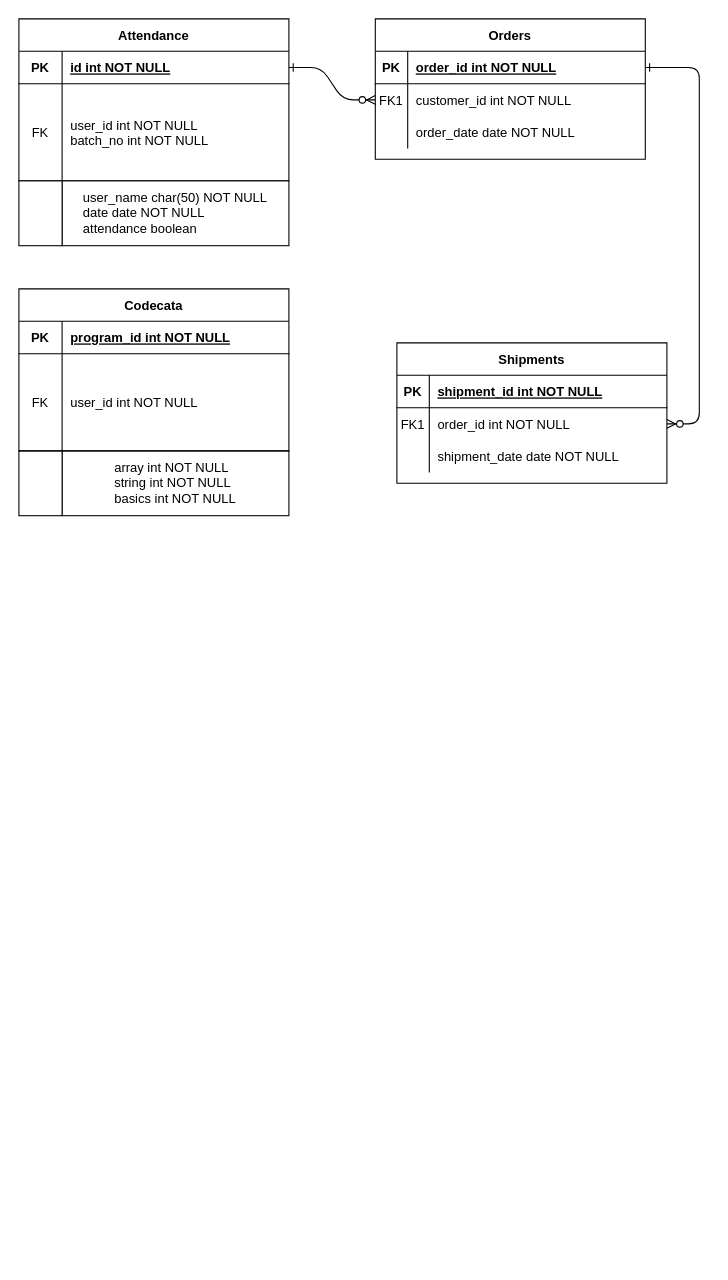
meghadhabali/sql keeps this draw.io diagram as Untitled Diagram.drawio. Above is the earlier version. Source tidied: cells renumbered, new cells numbered last; positions are measured from the earlier drawing's top-left corner, leaving out a move shared by most shapes. Both pictures are drawn from the tidied source at 108%, with x=0, y=0 at pixel (18, 18).
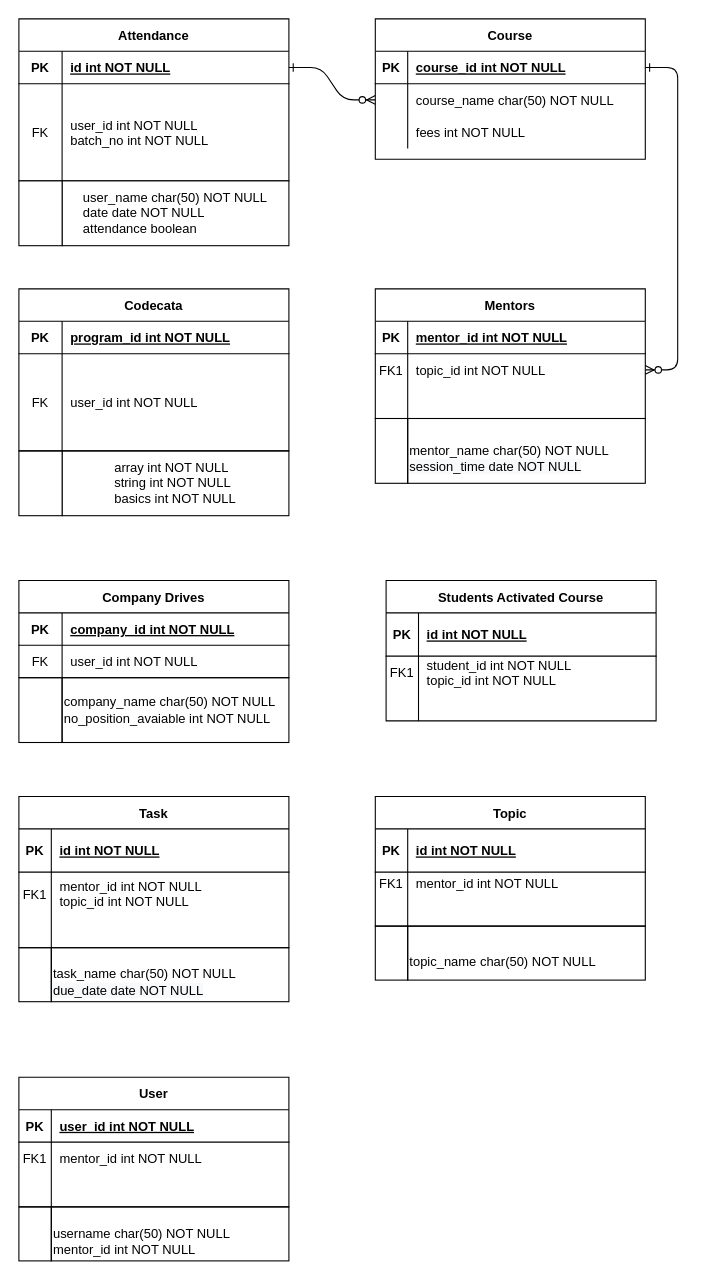
The same page after the edit.

The change refers to these unchanged cells:
```xml
<mxCell id="5" style="shape=partialRectangle;fillColor=none;points=[[0,0.5],[1,0.5]];portConstraint=eastwest;top=0;left=0;right=0;bottom=1;" parent="4" vertex="1">
  <mxGeometry y="30" width="250" height="30" as="geometry" />
</mxCell>
<mxCell id="8" style="shape=partialRectangle;fillColor=none;points=[[0,0.5],[1,0.5]];portConstraint=eastwest;top=0;left=0;right=0;bottom=0;" parent="4" vertex="1">
  <mxGeometry y="60" width="250" height="30" as="geometry" />
</mxCell>
<mxCell id="11" style="shape=partialRectangle;fillColor=none;top=0;left=0;right=0;bottom=0;" parent="4" vertex="1">
  <mxGeometry y="90" width="250" height="30" as="geometry" />
</mxCell>
<mxCell id="15" style="shape=partialRectangle;fillColor=none;top=0;left=0;right=0;bottom=1;" parent="14" vertex="1">
  <mxGeometry y="30" width="250" height="30" as="geometry" />
</mxCell>
<mxCell id="18" style="shape=partialRectangle;fillColor=none;points=[[0,0.5],[1,0.5]];portConstraint=eastwest;top=0;left=0;right=0;bottom=0;" parent="14" vertex="1">
  <mxGeometry y="60" width="250" height="30" as="geometry" />
</mxCell>
<mxCell id="21" style="shape=partialRectangle;fillColor=none;top=0;left=0;right=0;bottom=0;" parent="14" vertex="1">
  <mxGeometry y="90" width="250" height="30" as="geometry" />
</mxCell>
```

The edit, as a diff of the source:
```diff
@@
-    <mxCell id="4" value="Orders" style="shape=table;startSize=30;childLayout=tableLayout;rowLines=0;fontStyle=1;align=center;" parent="1" vertex="1">
+    <mxCell id="4" value="Course" style="shape=table;startSize=30;childLayout=tableLayout;rowLines=0;fontStyle=1;align=center;" parent="1" vertex="1">
       <mxGeometry x="330" width="250" height="130" as="geometry" />
     </mxCell>
@@
-    <mxCell id="7" value="order_id int NOT NULL " style="shape=partialRectangle;overflow=hidden;fillColor=none;top=0;left=0;bottom=0;right=0;align=left;spacingLeft=6;fontStyle=5;" parent="5" vertex="1">
+    <mxCell id="7" value="course_id int NOT NULL " style="shape=partialRectangle;overflow=hidden;fillColor=none;top=0;left=0;bottom=0;right=0;align=left;spacingLeft=6;fontStyle=5;" parent="5" vertex="1">
       <mxGeometry x="30" width="220" height="30" as="geometry" />
     </mxCell>
@@
-    <mxCell id="9" value="FK1" style="shape=partialRectangle;overflow=hidden;fillColor=none;top=0;left=0;bottom=0;right=0;" parent="8" vertex="1">
+    <mxCell id="9" style="shape=partialRectangle;overflow=hidden;fillColor=none;top=0;left=0;bottom=0;right=0;" parent="8" vertex="1">
       <mxGeometry width="30" height="30" as="geometry" />
     </mxCell>
-    <mxCell id="10" value="customer_id int NOT NULL" style="shape=partialRectangle;overflow=hidden;fillColor=none;top=0;left=0;bottom=0;right=0;align=left;spacingLeft=6;" parent="8" vertex="1">
+    <mxCell id="10" value="course_name char(50) NOT NULL" style="shape=partialRectangle;overflow=hidden;fillColor=none;top=0;left=0;bottom=0;right=0;align=left;spacingLeft=6;" parent="8" vertex="1">
       <mxGeometry x="30" width="220" height="30" as="geometry" />
     </mxCell>
@@
-    <mxCell id="13" value="order_date date NOT NULL" style="shape=partialRectangle;overflow=hidden;fillColor=none;top=0;left=0;bottom=0;right=0;align=left;spacingLeft=6;" parent="11" vertex="1">
+    <mxCell id="13" value="fees int NOT NULL" style="shape=partialRectangle;overflow=hidden;fillColor=none;top=0;left=0;bottom=0;right=0;align=left;spacingLeft=6;" parent="11" vertex="1">
       <mxGeometry x="30" width="220" height="30" as="geometry" />
     </mxCell>
-    <mxCell id="14" value="Shipments" style="shape=table;startSize=30;childLayout=tableLayout;rowLines=0;fontStyle=1;align=center;" parent="1" vertex="1">
-      <mxGeometry x="350" y="300" width="250" height="130" as="geometry" />
+    <mxCell id="14" value="Mentors" style="shape=table;startSize=30;childLayout=tableLayout;rowLines=0;fontStyle=1;align=center;" parent="1" vertex="1">
+      <mxGeometry x="330" y="250" width="250" height="120" as="geometry" />
     </mxCell>
@@
-    <mxCell id="17" value="shipment_id int NOT NULL " style="shape=partialRectangle;overflow=hidden;fillColor=none;top=0;left=0;bottom=0;right=0;align=left;spacingLeft=6;fontStyle=5;" parent="15" vertex="1">
+    <mxCell id="17" value="mentor_id int NOT NULL " style="shape=partialRectangle;overflow=hidden;fillColor=none;top=0;left=0;bottom=0;right=0;align=left;spacingLeft=6;fontStyle=5;" parent="15" vertex="1">
       <mxGeometry x="30" width="220" height="30" as="geometry" />
     </mxCell>
@@
-    <mxCell id="20" value="order_id int NOT NULL" style="shape=partialRectangle;overflow=hidden;fillColor=none;top=0;left=0;bottom=0;right=0;align=left;spacingLeft=6;" parent="18" vertex="1">
+    <mxCell id="20" value="topic_id int NOT NULL" style="shape=partialRectangle;overflow=hidden;fillColor=none;top=0;left=0;bottom=0;right=0;align=left;spacingLeft=6;" parent="18" vertex="1">
       <mxGeometry x="30" width="220" height="30" as="geometry" />
     </mxCell>
@@
-    <mxCell id="23" value="shipment_date date NOT NULL" style="shape=partialRectangle;overflow=hidden;fillColor=none;top=0;left=0;bottom=0;right=0;align=left;spacingLeft=6;" parent="21" vertex="1">
+    <mxCell id="23" style="shape=partialRectangle;overflow=hidden;fillColor=none;top=0;left=0;bottom=0;right=0;align=left;spacingLeft=6;" parent="21" vertex="1">
       <mxGeometry x="30" width="220" height="30" as="geometry" />
     </mxCell>
@@
+    <mxCell id="42" value="Company Drives" style="shape=table;startSize=30;childLayout=tableLayout;rowLines=0;fontStyle=1;align=center;" parent="1" vertex="1">
+      <mxGeometry y="520" width="250" height="90" as="geometry" />
+    </mxCell>
+    <mxCell id="43" style="shape=partialRectangle;fillColor=none;top=0;left=0;right=0;bottom=1;" parent="42" vertex="1">
+      <mxGeometry y="30" width="250" height="30" as="geometry" />
+    </mxCell>
+    <mxCell id="44" value="PK" style="shape=partialRectangle;overflow=hidden;fillColor=none;top=0;left=0;bottom=0;right=0;fontStyle=1;" parent="43" vertex="1">
+      <mxGeometry width="40" height="30" as="geometry" />
+    </mxCell>
+    <mxCell id="45" value="company_id int NOT NULL " style="shape=partialRectangle;overflow=hidden;fillColor=none;top=0;left=0;bottom=0;right=0;align=left;spacingLeft=6;fontStyle=5;" parent="43" vertex="1">
+      <mxGeometry x="40" width="210" height="30" as="geometry" />
+    </mxCell>
+    <mxCell id="46" style="shape=partialRectangle;fillColor=none;top=0;left=0;right=0;bottom=0;" parent="42" vertex="1">
+      <mxGeometry y="60" width="250" height="30" as="geometry" />
+    </mxCell>
+    <mxCell id="47" value="FK" style="shape=partialRectangle;overflow=hidden;fillColor=none;top=0;left=0;bottom=0;right=0;" parent="46" vertex="1">
+      <mxGeometry width="40" height="30" as="geometry" />
+    </mxCell>
+    <mxCell id="48" value="user_id int NOT NULL" style="shape=partialRectangle;overflow=hidden;fillColor=none;top=0;left=0;bottom=0;right=0;align=left;spacingLeft=6;" parent="46" vertex="1">
+      <mxGeometry x="40" width="210" height="30" as="geometry" />
+    </mxCell>
+    <mxCell id="49" style="rounded=0;whiteSpace=wrap;html=1;strokeWidth=1;fillColor=none;align=left;" parent="1" vertex="1">
+      <mxGeometry y="610" width="40" height="60" as="geometry" />
+    </mxCell>
+    <mxCell id="50" value="&lt;div style=&quot;text-align: justify&quot;&gt;&lt;span style=&quot;text-align: left&quot;&gt;company_name char(50) NOT NULL&lt;/span&gt;&lt;/div&gt;&lt;span&gt;&lt;div style=&quot;text-align: justify&quot;&gt;no_position_avaiable int NOT NULL&lt;br&gt;&lt;/div&gt;&lt;/span&gt;&lt;span&gt;&lt;/span&gt;" style="rounded=0;whiteSpace=wrap;html=1;strokeWidth=1;fillColor=none;align=left;" parent="1" vertex="1">
+      <mxGeometry x="40" y="610" width="210" height="60" as="geometry" />
+    </mxCell>
+    <mxCell id="51" style="rounded=0;whiteSpace=wrap;html=1;strokeWidth=1;fillColor=none;align=left;" parent="1" vertex="1">
+      <mxGeometry x="330" y="370" width="30" height="60" as="geometry" />
+    </mxCell>
+    <mxCell id="52" value="&lt;br&gt;&lt;span&gt;mentor_name char(50) NOT NULL&lt;/span&gt;&lt;br&gt;&lt;span style=&quot;color: rgb(0 , 0 , 0) ; font-family: &amp;#34;helvetica&amp;#34; ; font-size: 12px ; font-style: normal ; font-weight: 400 ; letter-spacing: normal ; text-align: left ; text-indent: 0px ; text-transform: none ; word-spacing: 0px ; background-color: rgb(248 , 249 , 250) ; display: inline ; float: none&quot;&gt;session_time date NOT NULL&lt;/span&gt;&lt;br&gt;" style="rounded=0;whiteSpace=wrap;html=1;strokeWidth=1;fillColor=none;align=left;" parent="1" vertex="1">
+      <mxGeometry x="360" y="370" width="220" height="60" as="geometry" />
+    </mxCell>
+    <mxCell id="53" value="Students Activated Course" style="shape=table;startSize=30;childLayout=tableLayout;rowLines=0;fontStyle=1;align=center;" parent="1" vertex="1">
+      <mxGeometry x="340" y="520" width="250" height="130" as="geometry" />
+    </mxCell>
+    <mxCell id="54" style="shape=partialRectangle;fillColor=none;top=0;left=0;right=0;bottom=1;" parent="53" vertex="1">
+      <mxGeometry y="30" width="250" height="40" as="geometry" />
+    </mxCell>
+    <mxCell id="55" value="PK" style="shape=partialRectangle;overflow=hidden;fillColor=none;top=0;left=0;bottom=0;right=0;fontStyle=1;" parent="54" vertex="1">
+      <mxGeometry width="30" height="40" as="geometry" />
+    </mxCell>
+    <mxCell id="56" value="id int NOT NULL " style="shape=partialRectangle;overflow=hidden;fillColor=none;top=0;left=0;bottom=0;right=0;align=left;spacingLeft=6;fontStyle=5;" parent="54" vertex="1">
+      <mxGeometry x="30" width="220" height="40" as="geometry" />
+    </mxCell>
+    <mxCell id="57" style="shape=partialRectangle;fillColor=none;top=0;left=0;right=0;bottom=0;" parent="53" vertex="1">
+      <mxGeometry y="70" width="250" height="30" as="geometry" />
+    </mxCell>
+    <mxCell id="58" value="FK1" style="shape=partialRectangle;overflow=hidden;fillColor=none;top=0;left=0;bottom=0;right=0;" parent="57" vertex="1">
+      <mxGeometry width="30" height="30" as="geometry" />
+    </mxCell>
+    <mxCell id="59" value="student_id int NOT NULL&#10;topic_id int NOT NULL" style="shape=partialRectangle;overflow=hidden;fillColor=none;top=0;left=0;bottom=0;right=0;align=left;spacingLeft=6;" parent="57" vertex="1">
+      <mxGeometry x="30" width="220" height="30" as="geometry" />
+    </mxCell>
+    <mxCell id="60" style="shape=partialRectangle;fillColor=none;top=0;left=0;right=0;bottom=0;" parent="53" vertex="1">
+      <mxGeometry y="100" width="250" height="30" as="geometry" />
+    </mxCell>
+    <mxCell id="61" style="shape=partialRectangle;overflow=hidden;fillColor=none;top=0;left=0;bottom=0;right=0;" parent="60" vertex="1">
+      <mxGeometry width="30" height="30" as="geometry" />
+    </mxCell>
+    <mxCell id="62" style="shape=partialRectangle;overflow=hidden;fillColor=none;top=0;left=0;bottom=0;right=0;align=left;spacingLeft=6;" parent="60" vertex="1">
+      <mxGeometry x="30" width="220" height="30" as="geometry" />
+    </mxCell>
+    <mxCell id="63" value="Task" style="shape=table;startSize=30;childLayout=tableLayout;rowLines=0;fontStyle=1;align=center;" parent="1" vertex="1">
+      <mxGeometry y="720" width="250" height="140" as="geometry" />
+    </mxCell>
+    <mxCell id="64" style="shape=partialRectangle;fillColor=none;top=0;left=0;right=0;bottom=1;" parent="63" vertex="1">
+      <mxGeometry y="30" width="250" height="40" as="geometry" />
+    </mxCell>
+    <mxCell id="65" value="PK" style="shape=partialRectangle;overflow=hidden;fillColor=none;top=0;left=0;bottom=0;right=0;fontStyle=1;" parent="64" vertex="1">
+      <mxGeometry width="30" height="40" as="geometry" />
+    </mxCell>
+    <mxCell id="66" value="id int NOT NULL " style="shape=partialRectangle;overflow=hidden;fillColor=none;top=0;left=0;bottom=0;right=0;align=left;spacingLeft=6;fontStyle=5;" parent="64" vertex="1">
+      <mxGeometry x="30" width="220" height="40" as="geometry" />
+    </mxCell>
+    <mxCell id="67" style="shape=partialRectangle;fillColor=none;top=0;left=0;right=0;bottom=0;" parent="63" vertex="1">
+      <mxGeometry y="70" width="250" height="40" as="geometry" />
+    </mxCell>
+    <mxCell id="68" value="FK1" style="shape=partialRectangle;overflow=hidden;fillColor=none;top=0;left=0;bottom=0;right=0;" parent="67" vertex="1">
+      <mxGeometry width="30" height="40" as="geometry" />
+    </mxCell>
+    <mxCell id="69" value="mentor_id int NOT NULL&#10;topic_id int NOT NULL" style="shape=partialRectangle;overflow=hidden;fillColor=none;top=0;left=0;bottom=0;right=0;align=left;spacingLeft=6;" parent="67" vertex="1">
+      <mxGeometry x="30" width="220" height="40" as="geometry" />
+    </mxCell>
+    <mxCell id="70" style="shape=partialRectangle;fillColor=none;top=0;left=0;right=0;bottom=0;" parent="63" vertex="1">
+      <mxGeometry y="110" width="250" height="30" as="geometry" />
+    </mxCell>
+    <mxCell id="71" style="shape=partialRectangle;overflow=hidden;fillColor=none;top=0;left=0;bottom=0;right=0;" parent="70" vertex="1">
+      <mxGeometry width="30" height="30" as="geometry" />
+    </mxCell>
+    <mxCell id="72" style="shape=partialRectangle;overflow=hidden;fillColor=none;top=0;left=0;bottom=0;right=0;align=left;spacingLeft=6;" parent="70" vertex="1">
+      <mxGeometry x="30" width="220" height="30" as="geometry" />
+    </mxCell>
+    <mxCell id="73" style="rounded=0;whiteSpace=wrap;html=1;strokeWidth=1;fillColor=none;align=left;" parent="1" vertex="1">
+      <mxGeometry y="860" width="30" height="50" as="geometry" />
+    </mxCell>
+    <mxCell id="74" value="&lt;br&gt;&lt;span&gt;task_name char(50) NOT NULL&lt;/span&gt;&lt;br&gt;&lt;span style=&quot;color: rgb(0 , 0 , 0) ; font-family: &amp;#34;helvetica&amp;#34; ; font-size: 12px ; font-style: normal ; font-weight: 400 ; letter-spacing: normal ; text-align: left ; text-indent: 0px ; text-transform: none ; word-spacing: 0px ; background-color: rgb(248 , 249 , 250) ; display: inline ; float: none&quot;&gt;due_date date NOT NULL&lt;/span&gt;" style="rounded=0;whiteSpace=wrap;html=1;strokeWidth=1;fillColor=none;align=left;" parent="1" vertex="1">
+      <mxGeometry x="30" y="860" width="220" height="50" as="geometry" />
+    </mxCell>
+    <mxCell id="75" value="Topic" style="shape=table;startSize=30;childLayout=tableLayout;rowLines=0;fontStyle=1;align=center;" parent="1" vertex="1">
+      <mxGeometry x="330" y="720" width="250" height="120" as="geometry" />
+    </mxCell>
+    <mxCell id="76" style="shape=partialRectangle;fillColor=none;top=0;left=0;right=0;bottom=1;" parent="75" vertex="1">
+      <mxGeometry y="30" width="250" height="40" as="geometry" />
+    </mxCell>
+    <mxCell id="77" value="PK" style="shape=partialRectangle;overflow=hidden;fillColor=none;top=0;left=0;bottom=0;right=0;fontStyle=1;" parent="76" vertex="1">
+      <mxGeometry width="30" height="40" as="geometry" />
+    </mxCell>
+    <mxCell id="78" value="id int NOT NULL " style="shape=partialRectangle;overflow=hidden;fillColor=none;top=0;left=0;bottom=0;right=0;align=left;spacingLeft=6;fontStyle=5;" parent="76" vertex="1">
+      <mxGeometry x="30" width="220" height="40" as="geometry" />
+    </mxCell>
+    <mxCell id="79" style="shape=partialRectangle;fillColor=none;top=0;left=0;right=0;bottom=0;" parent="75" vertex="1">
+      <mxGeometry y="70" width="250" height="20" as="geometry" />
+    </mxCell>
+    <mxCell id="80" value="FK1" style="shape=partialRectangle;overflow=hidden;fillColor=none;top=0;left=0;bottom=0;right=0;" parent="79" vertex="1">
+      <mxGeometry width="30" height="20" as="geometry" />
+    </mxCell>
+    <mxCell id="81" value="mentor_id int NOT NULL" style="shape=partialRectangle;overflow=hidden;fillColor=none;top=0;left=0;bottom=0;right=0;align=left;spacingLeft=6;" parent="79" vertex="1">
+      <mxGeometry x="30" width="220" height="20" as="geometry" />
+    </mxCell>
+    <mxCell id="82" style="shape=partialRectangle;fillColor=none;top=0;left=0;right=0;bottom=0;" parent="75" vertex="1">
+      <mxGeometry y="90" width="250" height="30" as="geometry" />
+    </mxCell>
+    <mxCell id="83" style="shape=partialRectangle;overflow=hidden;fillColor=none;top=0;left=0;bottom=0;right=0;" parent="82" vertex="1">
+      <mxGeometry width="30" height="30" as="geometry" />
+    </mxCell>
+    <mxCell id="84" style="shape=partialRectangle;overflow=hidden;fillColor=none;top=0;left=0;bottom=0;right=0;align=left;spacingLeft=6;" parent="82" vertex="1">
+      <mxGeometry x="30" width="220" height="30" as="geometry" />
+    </mxCell>
+    <mxCell id="85" value="&lt;br&gt;&lt;span&gt;topic_name char(50) NOT NULL&lt;/span&gt;&lt;br&gt;" style="rounded=0;whiteSpace=wrap;html=1;strokeWidth=1;fillColor=none;align=left;" parent="1" vertex="1">
+      <mxGeometry x="360" y="840" width="220" height="50" as="geometry" />
+    </mxCell>
+    <mxCell id="86" style="rounded=0;whiteSpace=wrap;html=1;strokeWidth=1;fillColor=none;align=left;" parent="1" vertex="1">
+      <mxGeometry x="330" y="840" width="30" height="50" as="geometry" />
+    </mxCell>
+    <mxCell id="87" value="User" style="shape=table;startSize=30;childLayout=tableLayout;rowLines=0;fontStyle=1;align=center;" parent="1" vertex="1">
+      <mxGeometry y="980" width="250" height="120" as="geometry" />
+    </mxCell>
+    <mxCell id="88" style="shape=partialRectangle;fillColor=none;top=0;left=0;right=0;bottom=1;" parent="87" vertex="1">
+      <mxGeometry y="30" width="250" height="30" as="geometry" />
+    </mxCell>
+    <mxCell id="89" value="PK" style="shape=partialRectangle;overflow=hidden;fillColor=none;top=0;left=0;bottom=0;right=0;fontStyle=1;" parent="88" vertex="1">
+      <mxGeometry width="30" height="30" as="geometry" />
+    </mxCell>
+    <mxCell id="90" value="user_id int NOT NULL " style="shape=partialRectangle;overflow=hidden;fillColor=none;top=0;left=0;bottom=0;right=0;align=left;spacingLeft=6;fontStyle=5;" parent="88" vertex="1">
+      <mxGeometry x="30" width="220" height="30" as="geometry" />
+    </mxCell>
+    <mxCell id="91" style="shape=partialRectangle;fillColor=none;top=0;left=0;right=0;bottom=0;" parent="87" vertex="1">
+      <mxGeometry y="60" width="250" height="30" as="geometry" />
+    </mxCell>
+    <mxCell id="92" value="FK1" style="shape=partialRectangle;overflow=hidden;fillColor=none;top=0;left=0;bottom=0;right=0;" parent="91" vertex="1">
+      <mxGeometry width="30" height="30" as="geometry" />
+    </mxCell>
+    <mxCell id="93" value="mentor_id int NOT NULL" style="shape=partialRectangle;overflow=hidden;fillColor=none;top=0;left=0;bottom=0;right=0;align=left;spacingLeft=6;" parent="91" vertex="1">
+      <mxGeometry x="30" width="220" height="30" as="geometry" />
+    </mxCell>
+    <mxCell id="94" style="shape=partialRectangle;fillColor=none;top=0;left=0;right=0;bottom=0;" parent="87" vertex="1">
+      <mxGeometry y="90" width="250" height="30" as="geometry" />
+    </mxCell>
+    <mxCell id="95" style="shape=partialRectangle;overflow=hidden;fillColor=none;top=0;left=0;bottom=0;right=0;" parent="94" vertex="1">
+      <mxGeometry width="30" height="30" as="geometry" />
+    </mxCell>
+    <mxCell id="96" style="shape=partialRectangle;overflow=hidden;fillColor=none;top=0;left=0;bottom=0;right=0;align=left;spacingLeft=6;" parent="94" vertex="1">
+      <mxGeometry x="30" width="220" height="30" as="geometry" />
+    </mxCell>
+    <mxCell id="97" style="rounded=0;whiteSpace=wrap;html=1;strokeWidth=1;fillColor=none;align=left;" parent="1" vertex="1">
+      <mxGeometry y="1100" width="30" height="50" as="geometry" />
+    </mxCell>
+    <mxCell id="98" value="&lt;br&gt;&lt;span&gt;username char(50) NOT NULL&lt;/span&gt;&lt;br&gt;&lt;span&gt;mentor_id int NOT NULL&lt;/span&gt;" style="rounded=0;whiteSpace=wrap;html=1;strokeWidth=1;fillColor=none;align=left;" parent="1" vertex="1">
+      <mxGeometry x="30" y="1100" width="220" height="50" as="geometry" />
+    </mxCell>
```
